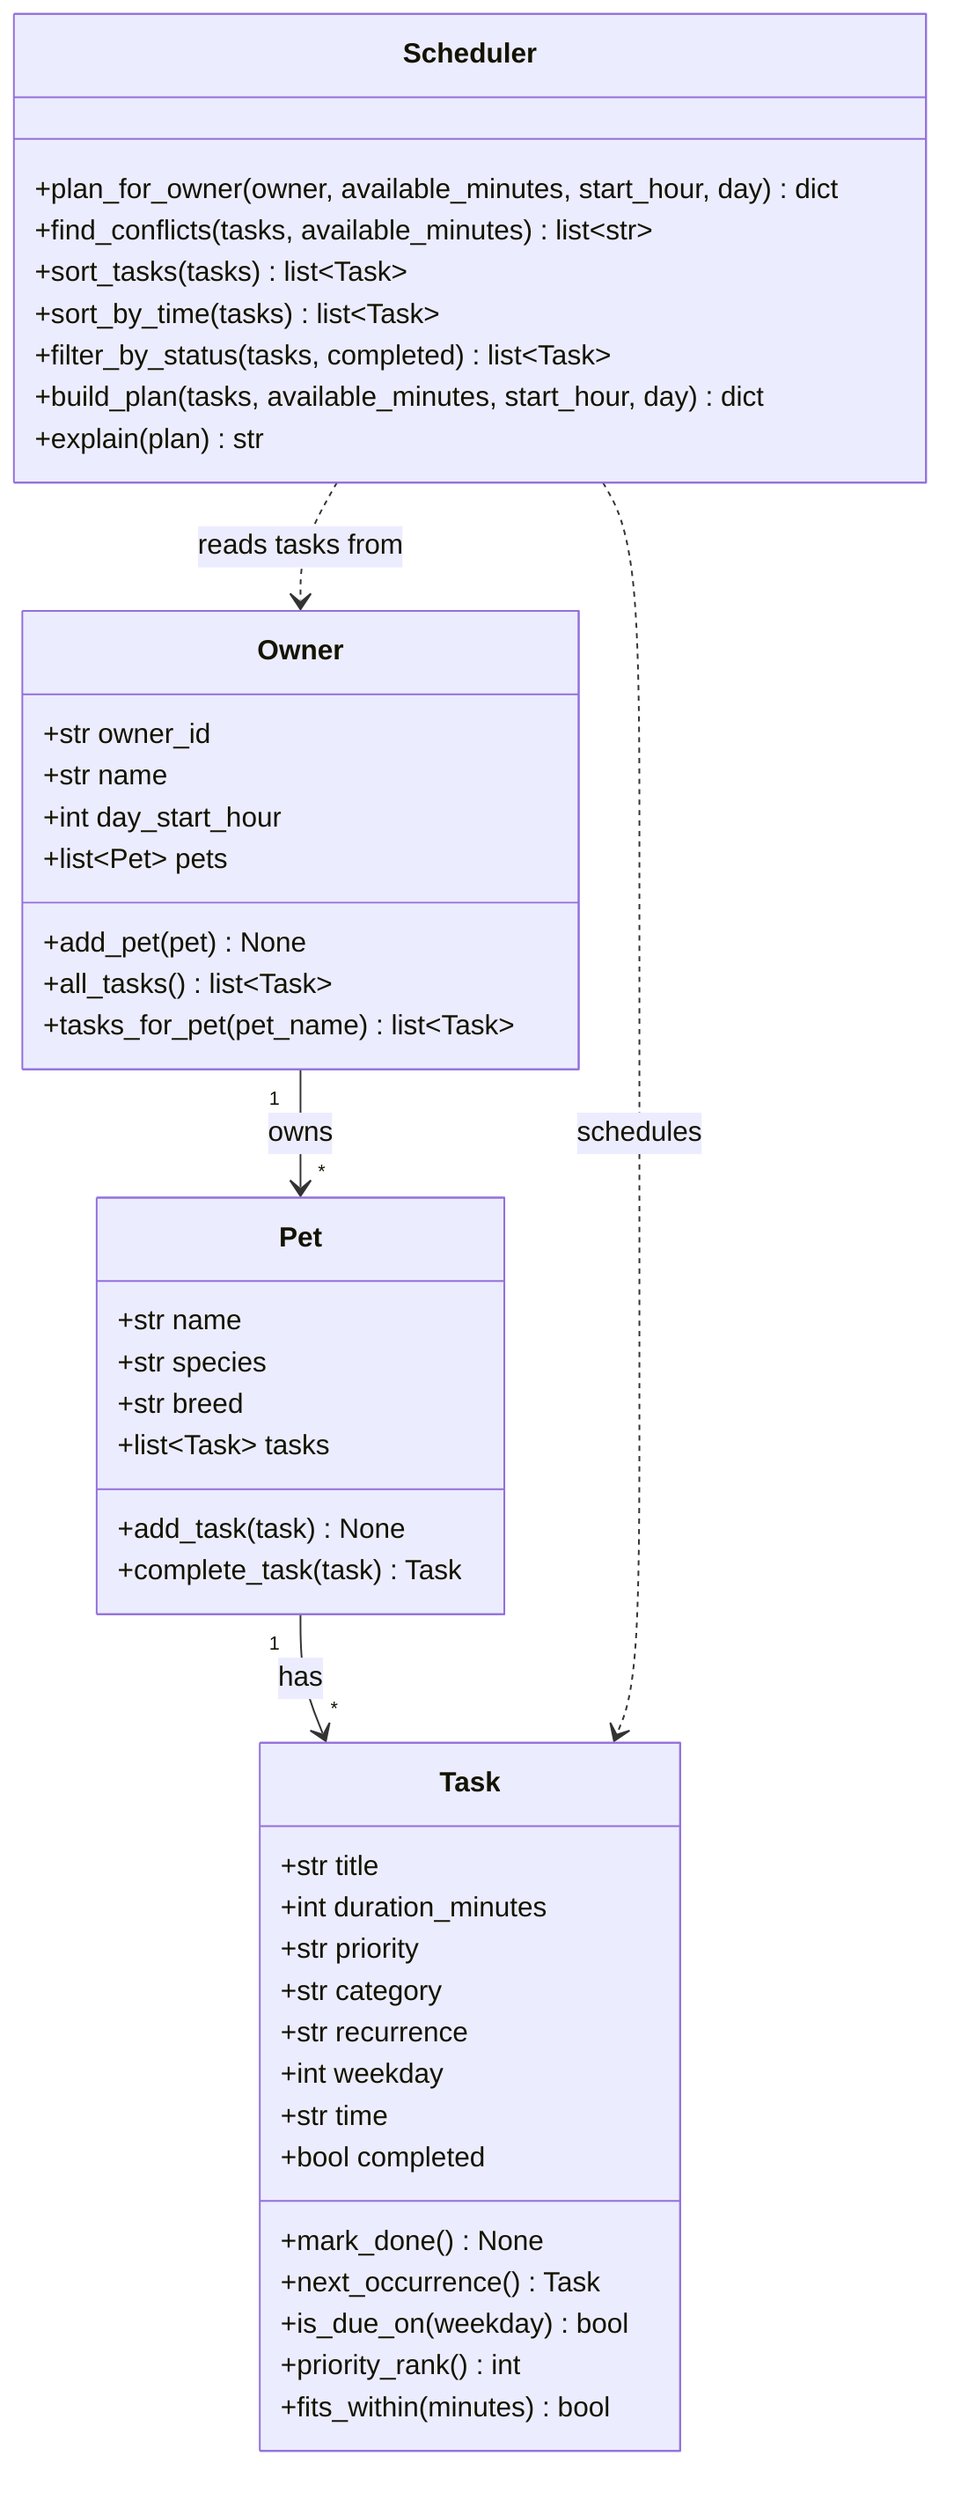
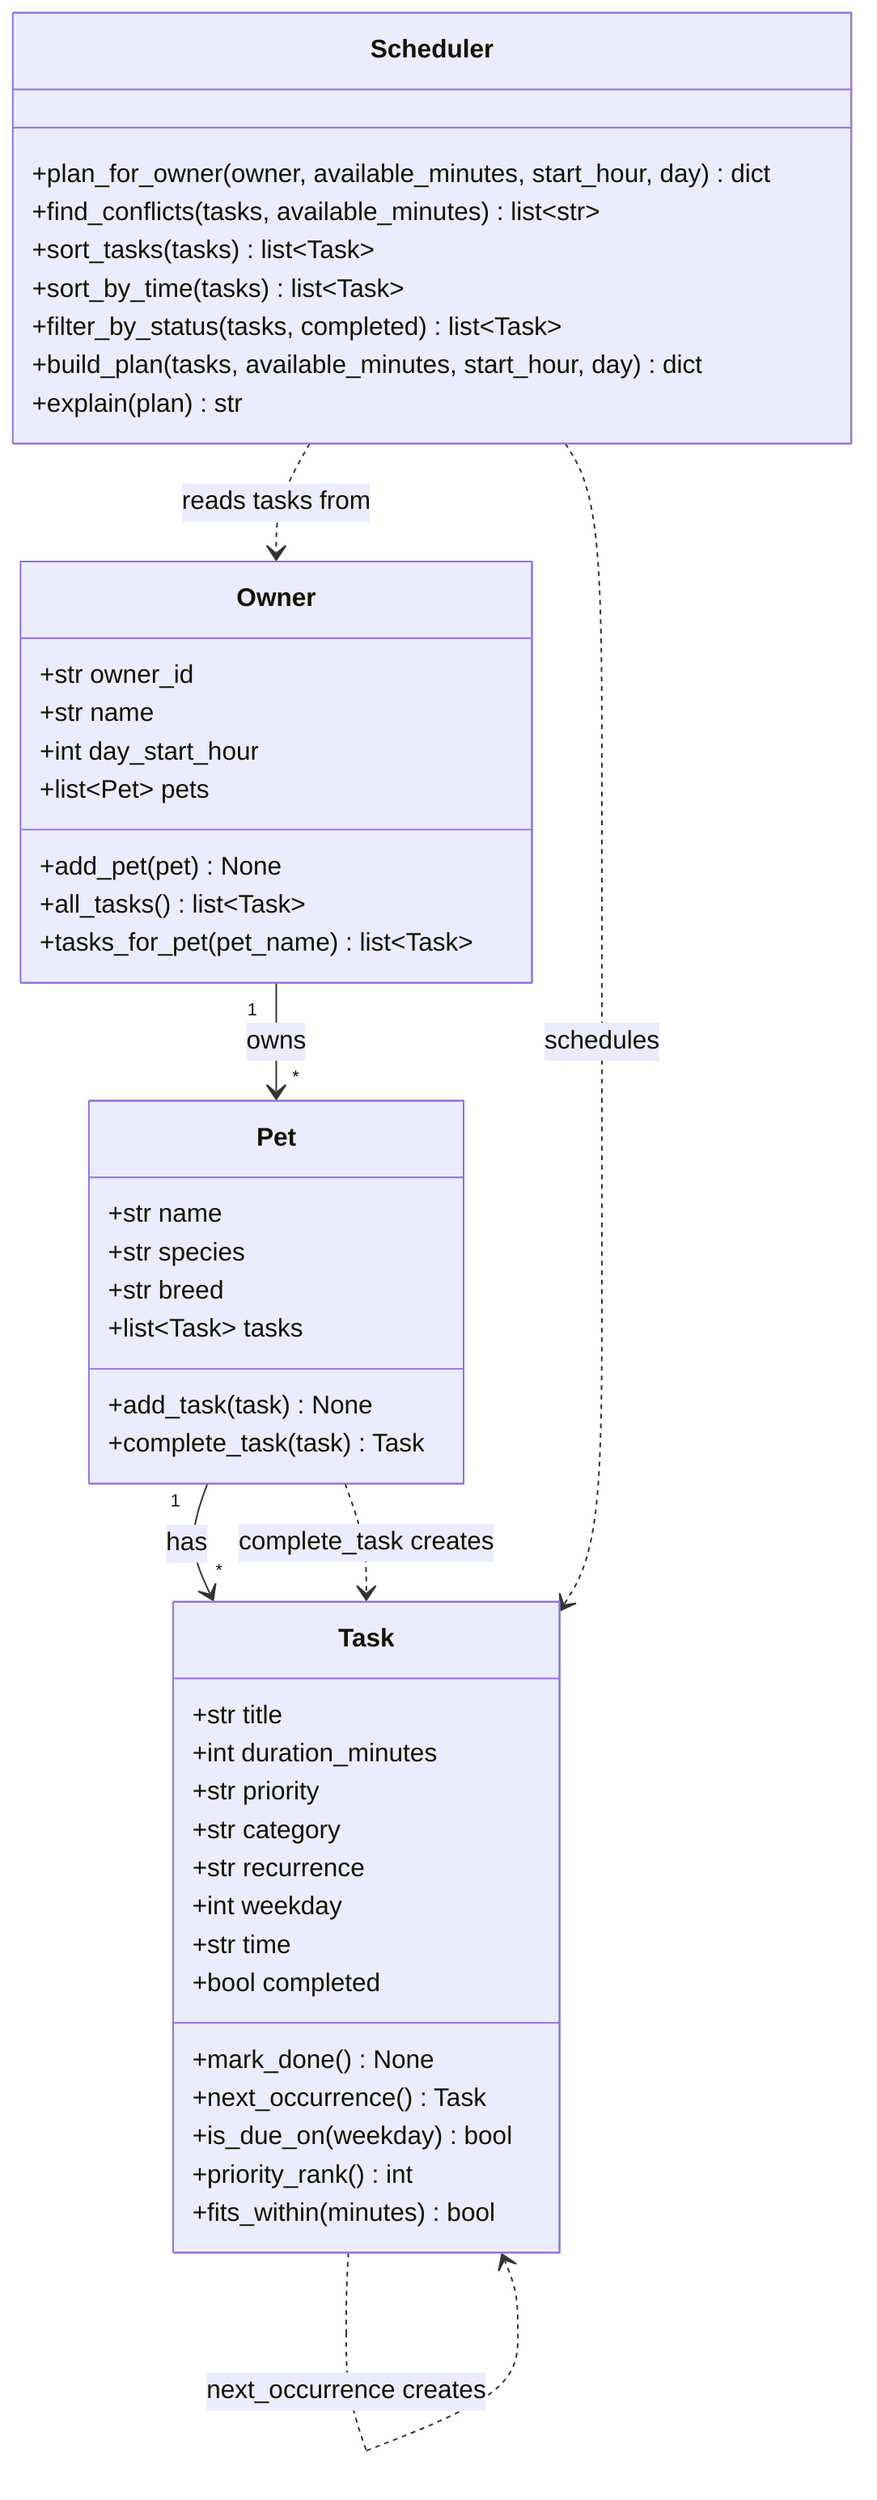
classDiagram
-     %% PawPal+ — daily pet-care planner (matches pawpal/ implementation)
+     %% PawPal+ — daily pet-care planner (matches pawpal_system.py implementation)
    %% Four core components: Owner, Pet, Task, Scheduler.

    class Owner {
        +str owner_id
        +str name
        +int day_start_hour
        +list~Pet~ pets
        +add_pet(pet) None
        +all_tasks() list~Task~
        +tasks_for_pet(pet_name) list~Task~
    }

    class Pet {
        +str name
        +str species
        +str breed
        +list~Task~ tasks
        +add_task(task) None
        +complete_task(task) Task
    }

    class Task {
        +str title
        +int duration_minutes
        +str priority
        +str category
        +str recurrence
        +int weekday
        +str time
        +bool completed
        +mark_done() None
        +next_occurrence() Task
        +is_due_on(weekday) bool
        +priority_rank() int
        +fits_within(minutes) bool
    }

    class Scheduler {
        +plan_for_owner(owner, available_minutes, start_hour, day) dict
        +find_conflicts(tasks, available_minutes) list~str~
        +sort_tasks(tasks) list~Task~
        +sort_by_time(tasks) list~Task~
        +filter_by_status(tasks, completed) list~Task~
        +build_plan(tasks, available_minutes, start_hour, day) dict
        +explain(plan) str
    }

    Owner "1" --> "*" Pet : owns
    Pet "1" --> "*" Task : has
+     Pet ..> Task : complete_task creates
+     Task ..> Task : next_occurrence creates
    Scheduler ..> Owner : reads tasks from
    Scheduler ..> Task : schedules
